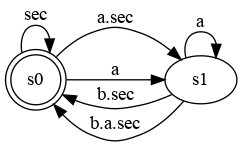
The Graphviz diagram Examples/CCSL_Primitives/sts/TernaryDelay0.dot.png in frederic-mallet/ccsl-sts, before a commit. Its source is kept beside it as Examples/CCSL_Primitives/sts/TernaryDelay0.dot. The source it was exported from:
```dot
digraph TernaryDelay0 {
  rankdir="LR"
  s0 [ shape="doublecircle" ]
  s0->s0 [
    label= "sec"
  ] ;
  s0->s1 [
    label= "a.sec"
  ] ;
  s0->s1 [
    label= "a"
  ] ;
  s1->s1 [
    label= "a"
  ] ;
  s1->s0 [
    label= "b.sec"
  ] ;
  s1->s0 [
    label= "b.a.sec"
  ] ;
}
```
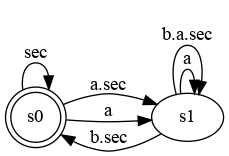
After the change.

What changed in the source:
```diff
@@ -16,7 +16,7 @@
   s1->s0 [
     label= "b.sec"
   ] ;
-  s1->s0 [
+  s1->s1 [
     label= "b.a.sec"
   ] ;
 }
```
